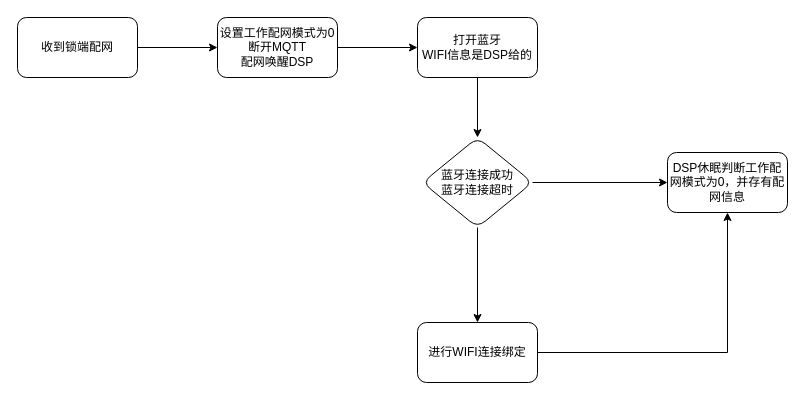
Above: 配网.drawio in wsdmzz/drawio-desktop (draw.io), before the change. Source tidied: cells renumbered, new cells numbered last; positions are measured from the earlier drawing's top-left corner, leaving out a move shared by most shapes. Both pictures are drawn from the tidied source at 100%, with x=0, y=0 at pixel (17, 17).
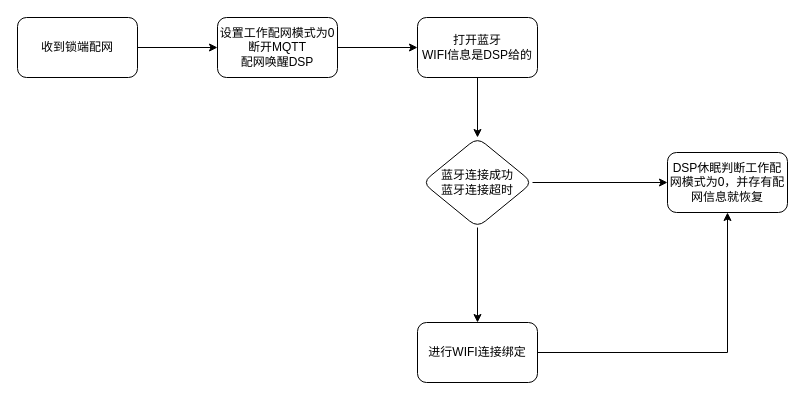
Above is the later version.

The edit, as a diff of the source:
```diff
@@
 <mxGraphModel>
   <root>
     <mxCell id="0" />
     <mxCell id="1" parent="0" />
     <mxCell id="2" style="edgeStyle=orthogonalEdgeStyle;rounded=0;jettySize=auto;html=1;" parent="1" edge="1" source="3" target="5">
       <mxGeometry relative="1" as="geometry" />
     </mxCell>
     <mxCell id="3" value="收到锁端配网" style="rounded=1;whiteSpace=wrap;html=1;" parent="1" vertex="1">
       <mxGeometry width="120" height="60" as="geometry" />
     </mxCell>
     <mxCell id="4" style="edgeStyle=orthogonalEdgeStyle;rounded=0;jettySize=auto;html=1;" parent="1" edge="1" source="5" target="7">
       <mxGeometry relative="1" as="geometry" />
     </mxCell>
     <mxCell id="5" value="&lt;font&gt;设置工作配网模式为0&lt;br&gt;断开MQTT&lt;br&gt;配网唤醒DSP&lt;br&gt;&lt;/font&gt;" style="rounded=1;whiteSpace=wrap;html=1;" parent="1" vertex="1">
       <mxGeometry x="200" width="120" height="60" as="geometry" />
     </mxCell>
     <mxCell id="6" style="edgeStyle=orthogonalEdgeStyle;rounded=0;jettySize=auto;html=1;" parent="1" edge="1" source="7" target="10">
       <mxGeometry relative="1" as="geometry" />
     </mxCell>
     <mxCell id="7" value="打开蓝牙&lt;br&gt;WIFI信息是DSP给的" style="rounded=1;whiteSpace=wrap;html=1;" parent="1" vertex="1">
       <mxGeometry x="400" width="120" height="60" as="geometry" />
     </mxCell>
     <mxCell id="8" style="edgeStyle=orthogonalEdgeStyle;rounded=0;jettySize=auto;html=1;" parent="1" edge="1" source="10" target="11">
       <mxGeometry relative="1" as="geometry" />
     </mxCell>
     <mxCell id="9" style="edgeStyle=orthogonalEdgeStyle;rounded=0;jettySize=auto;html=1;" parent="1" edge="1" source="10" target="13">
       <mxGeometry relative="1" as="geometry" />
     </mxCell>
     <mxCell id="10" value="蓝牙连接成功&lt;br style=&quot;border-color: var(--border-color);&quot;&gt;&lt;font style=&quot;border-color: var(--border-color);&quot;&gt;蓝牙连接超时&lt;/font&gt;" style="rhombus;whiteSpace=wrap;html=1;rounded=1;" parent="1" vertex="1">
       <mxGeometry x="405" y="120" width="110" height="90" as="geometry" />
     </mxCell>
-    <mxCell id="11" value="DSP休眠判断工作配网模式为0，并存有配网信息" style="whiteSpace=wrap;html=1;rounded=1;" parent="1" vertex="1">
+    <mxCell id="11" value="DSP休眠判断工作配网模式为0，并存有配网信息就恢复" style="whiteSpace=wrap;html=1;rounded=1;" parent="1" vertex="1">
       <mxGeometry x="650" y="135" width="120" height="60" as="geometry" />
     </mxCell>
     <mxCell id="12" style="edgeStyle=orthogonalEdgeStyle;rounded=0;jettySize=auto;html=1;entryX=0.5;entryY=1;entryDx=0;entryDy=0;" parent="1" edge="1" source="13" target="11">
       <mxGeometry relative="1" as="geometry" />
     </mxCell>
     <mxCell id="13" value="进行WIFI连接绑定" style="rounded=1;whiteSpace=wrap;html=1;" parent="1" vertex="1">
       <mxGeometry x="400" y="305" width="120" height="60" as="geometry" />
     </mxCell>
   </root>
 </mxGraphModel>
```
